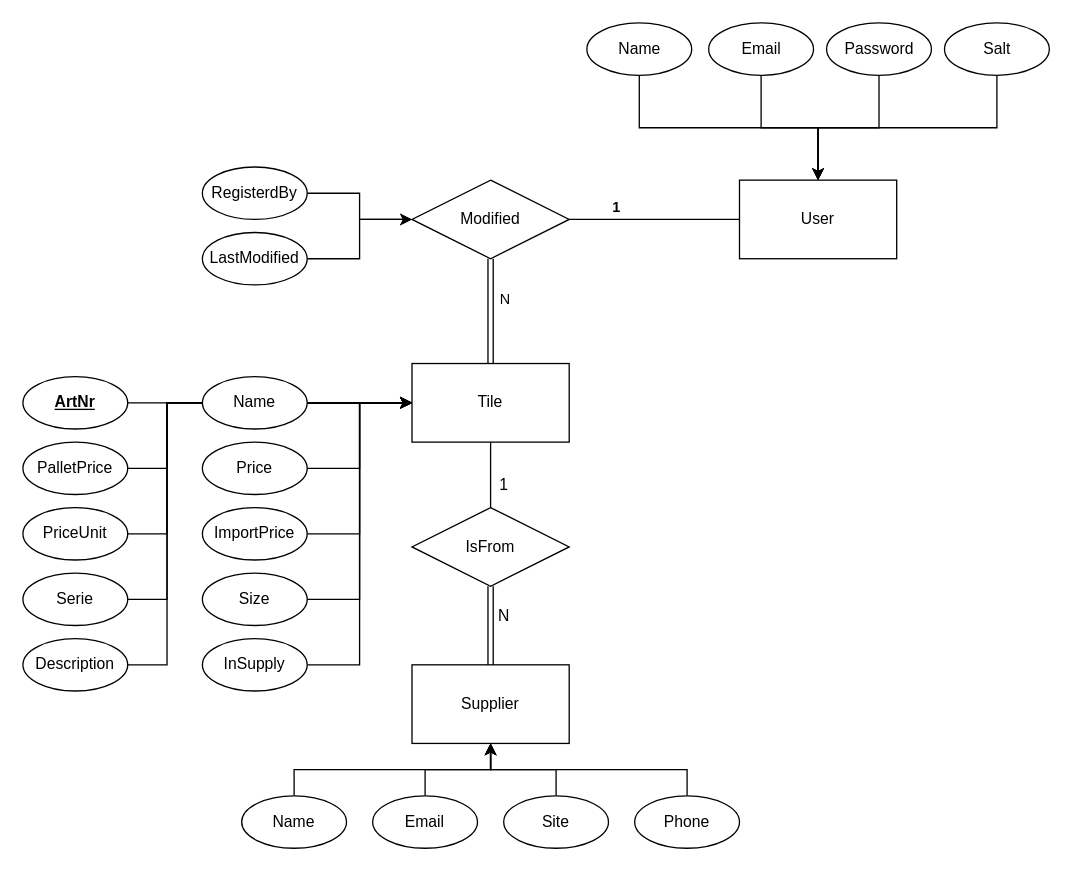
HoussemDodor/dodor-app keeps this draw.io diagram as page "ERD" (2 of 2) of docs/dodor-app-diagrams.drawio. Above is the earlier version. Source tidied: cells renumbered, new cells numbered last; positions are measured from the earlier drawing's top-left corner, leaving out a move shared by most shapes. Both pictures are drawn from the tidied source at 131%, with x=0, y=0 at pixel (22, 22).
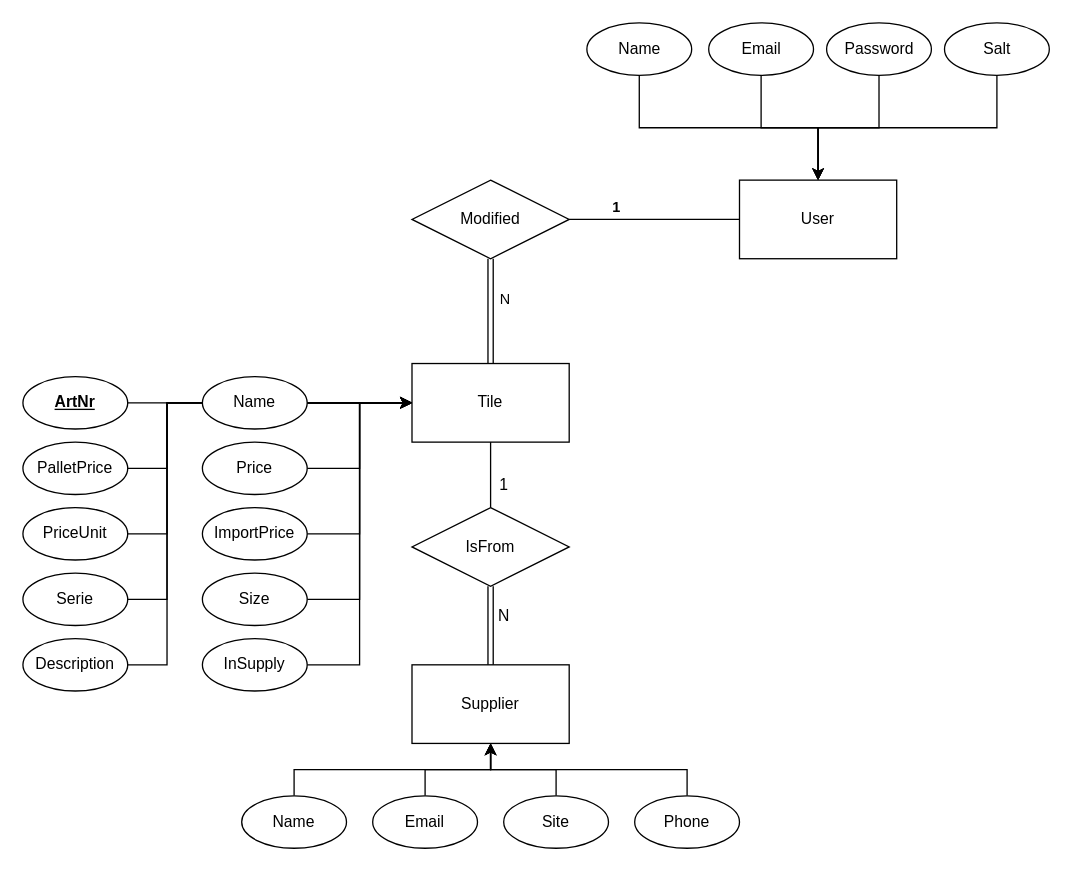
Above is the later version.

Unchanged cells that the change refers to:
```xml
<mxCell id="22" value="Modified" style="rhombus;whiteSpace=wrap;html=1;" parent="1" vertex="1">
  <mxGeometry x="297" y="120" width="120" height="60" as="geometry" />
</mxCell>
```

The edit, as a diff of the source:
```diff
@@
-    <mxCell id="23" style="edgeStyle=orthogonalEdgeStyle;rounded=0;jettySize=auto;html=1;exitX=1;exitY=0.5;exitDx=0;exitDy=0;entryX=0;entryY=0.5;entryDx=0;entryDy=0;" parent="1" edge="1" source="24" target="22">
-      <mxGeometry relative="1" as="geometry" />
-    </mxCell>
-    <mxCell id="24" value="RegisterdBy" style="ellipse;whiteSpace=wrap;html=1;" parent="1" vertex="1">
-      <mxGeometry x="137" y="110" width="80" height="40" as="geometry" />
-    </mxCell>
-    <mxCell id="25" style="edgeStyle=orthogonalEdgeStyle;rounded=0;jettySize=auto;html=1;exitX=1;exitY=0.5;exitDx=0;exitDy=0;entryX=0;entryY=0.5;entryDx=0;entryDy=0;" parent="1" edge="1" source="26" target="22">
-      <mxGeometry relative="1" as="geometry" />
-    </mxCell>
-    <mxCell id="26" value="LastModified" style="ellipse;whiteSpace=wrap;html=1;" parent="1" vertex="1">
-      <mxGeometry x="137" y="160" width="80" height="40" as="geometry" />
-    </mxCell>
```
